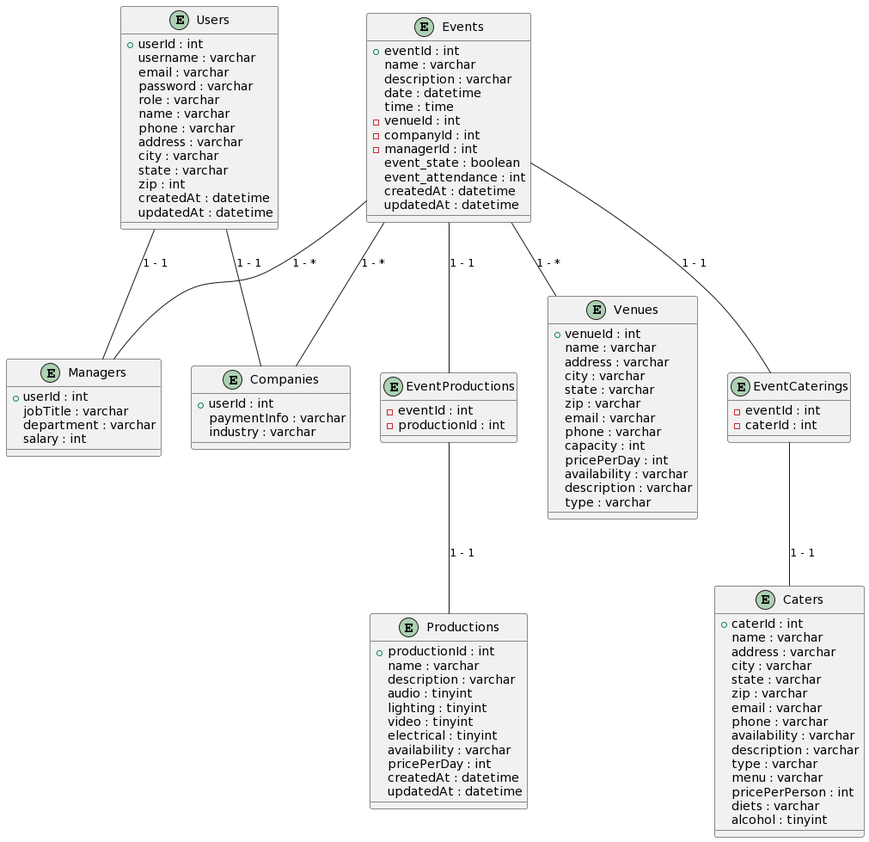
joshygarcia/event-managemet-app keeps this PlantUML diagram as documentation/ERD-v2.png. Above is the earlier version. The source it was exported from:
```plantuml
@startuml
!define table(x) class x << (T,#FFAAAA) >>
!define entity(x) class x << (,#FFFFAA) >>

entity "Users" as users {
  +userId : int
  username : varchar
  email : varchar
  password : varchar
  role : varchar
  name : varchar
  phone : varchar
  address : varchar
  city : varchar
  state : varchar
  zip : int
  createdAt : datetime
  updatedAt : datetime
}

entity "Companies" as companies {
  +userId : int
  paymentInfo : varchar
  industry : varchar
}

entity "Managers" as managers {
  +userId : int
  jobTitle : varchar
  department : varchar
  salary : int
}

entity "Events" as events {
  +eventId : int
  name : varchar
  description : varchar
  date : datetime
  time : time
  -venueId : int
  -companyId : int
  -managerId : int
  event_state : boolean
  event_attendance : int
  createdAt : datetime
  updatedAt : datetime
}

entity "EventCaterings" as event_caterings {
  -eventId : int
  -caterId : int
}

entity "EventProductions" as event_productions {
  -eventId : int
  -productionId : int
}

entity "Caters" as caters {
  +caterId : int
  name : varchar
  address : varchar
  city : varchar
  state : varchar
  zip : varchar
  email : varchar
  phone : varchar
  availability : varchar
  description : varchar
  type : varchar
  menu : varchar
  pricePerPerson : int
  diets : varchar
  alcohol : tinyint
}

entity "Productions" as productions {
  +productionId : int
  name : varchar
  description : varchar
  audio : tinyint
  lighting : tinyint
  video : tinyint
  electrical : tinyint
  availability : varchar
  pricePerDay : int
  createdAt : datetime
  updatedAt : datetime
}

entity "Venues" as venues {
  +venueId : int
  name : varchar
  address : varchar
  city : varchar
  state : varchar
  zip : varchar
  email : varchar
  phone : varchar
  capacity : int
  pricePerDay : int
  availability : varchar
  description : varchar
  type : varchar
}

users -- companies : "1 - 1"
users -- managers : "1 - 1"
events -- companies : "1 - *"
events -- managers : "1 - *"
events -- venues : "1 - *"
events -- event_caterings : "1 - 1"
events -- event_productions : "1 - 1"
event_caterings -- caters : "1 - 1"
event_productions -- productions : "1 - 1"
@enduml
```
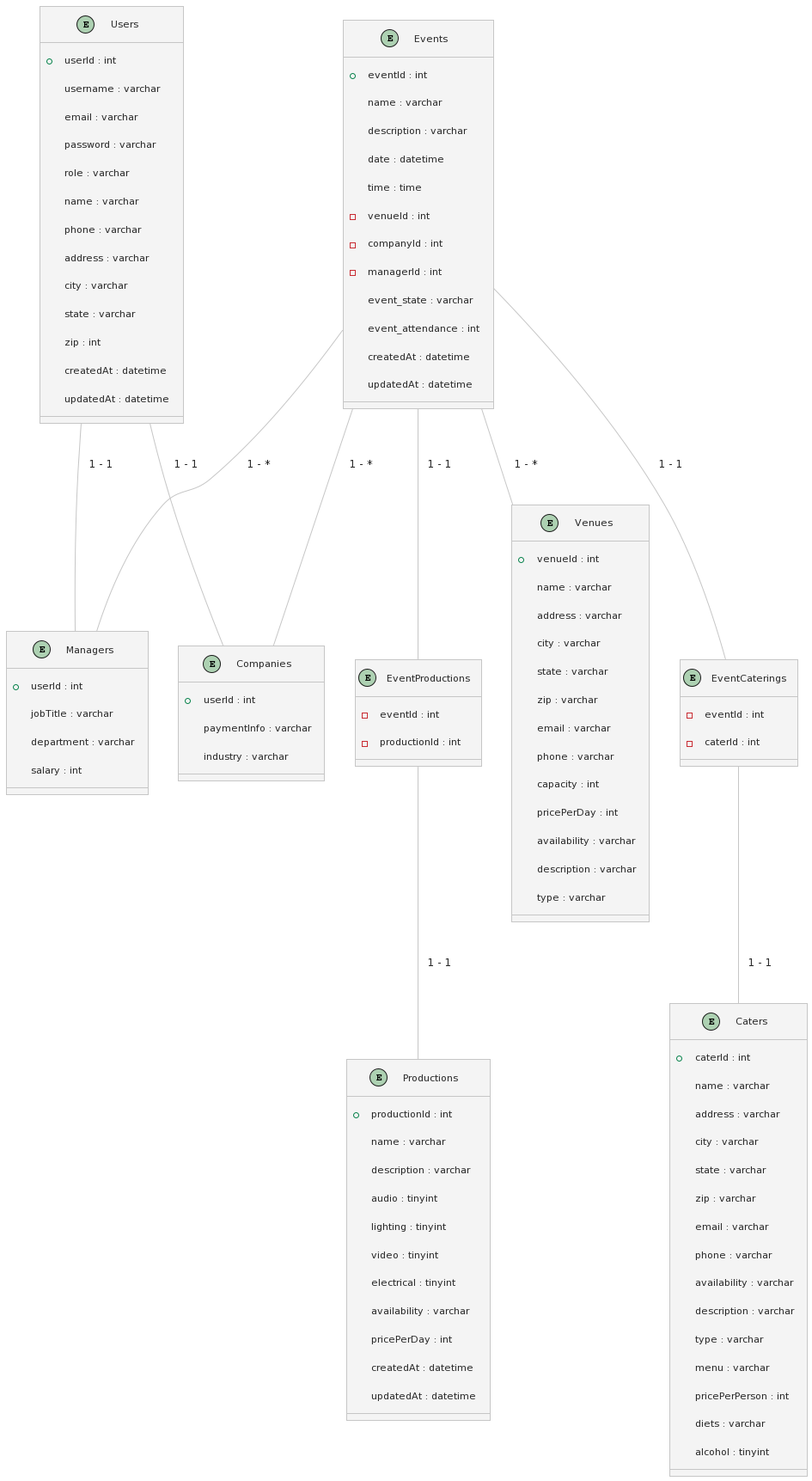
Above is the later version.

Change to the diagram source:
```diff
@@ -1,6 +1,7 @@
 @startuml
+!theme carbon-gray
 !define table(x) class x << (T,#FFAAAA) >>
-!define entity(x) class x << (,#FFFFAA) >>
+!define entity(x) class x << (E,#FFFFAA) >>
 
 entity "Users" as users {
   +userId : int
@@ -40,7 +41,7 @@
   -venueId : int
   -companyId : int
   -managerId : int
-  event_state : boolean
+  event_state : varchar
   event_attendance : int
   createdAt : datetime
   updatedAt : datetime
```
